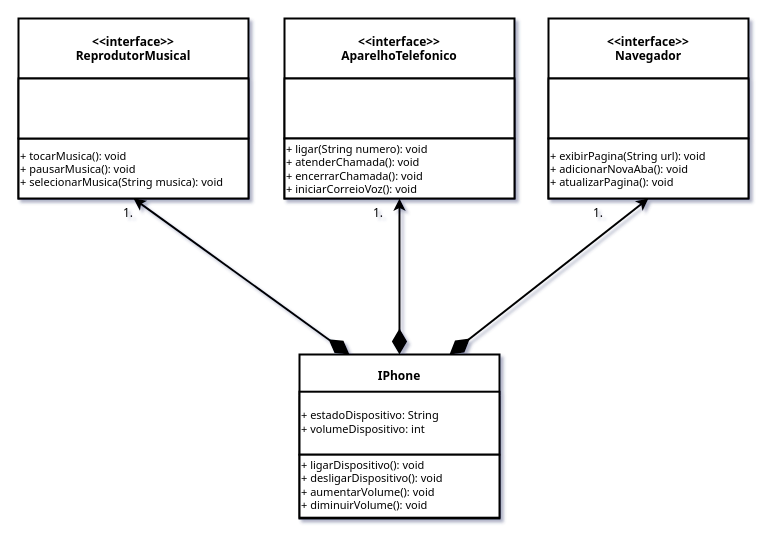
Before: labs/dio-lab-modelando-iphone/desafio-modelando-iphone/docs/DiagramaIphone.drawio in jhonestiago/dio-bootcamp-backend-java, a draw.io diagram. Source tidied: cells renumbered, new cells numbered last; positions are measured from the earlier drawing's top-left corner, leaving out a move shared by most shapes. Both pictures are drawn from the tidied source at 100%, with x=0, y=0 at pixel (18, 18).
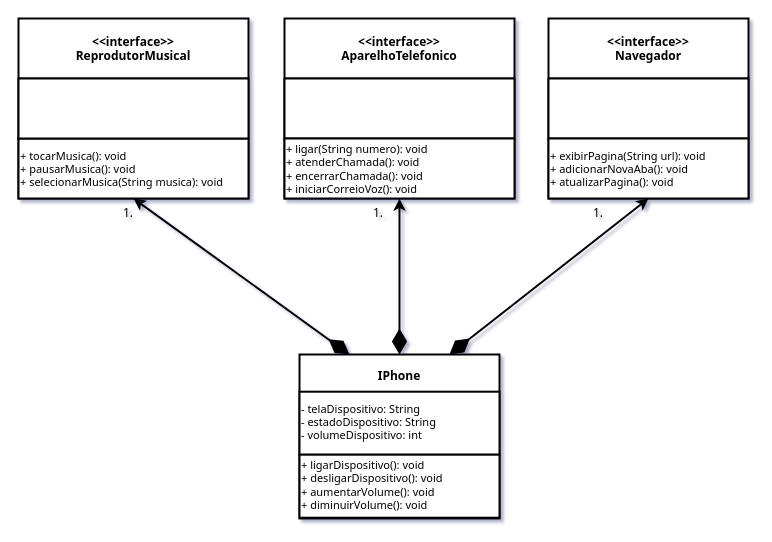
The same page after the edit.

Commit message (it also covers changes not shown here):
classe IPhone

Unchanged cells that the change refers to:
```xml
<mxCell id="17" value="IPhone" style="swimlane;startSize=41;fontStyle=1;fillColor=#FFFFFF;strokeColor=#000000;fontColor=#000000;fontFamily=Tahoma;strokeWidth=2;" parent="1" vertex="1">
  <mxGeometry x="281" y="336" width="200" height="164" as="geometry" />
</mxCell>
```

The edit, as a diff of the source:
```diff
@@
-    <mxCell id="21" value="+ estadoDispositivo: String&lt;br&gt;+ volumeDispositivo: int" style="text;html=1;strokeColor=none;fillColor=none;align=left;verticalAlign=middle;whiteSpace=wrap;rounded=0;labelBackgroundColor=none;strokeWidth=2;fontFamily=Tahoma;fontColor=#000000;fontSize=11;" parent="17" vertex="1">
+    <mxCell id="21" value="- telaDispositivo: String&lt;br&gt;- estadoDispositivo: String&lt;br&gt;- volumeDispositivo: int" style="text;html=1;strokeColor=none;fillColor=none;align=left;verticalAlign=middle;whiteSpace=wrap;rounded=0;labelBackgroundColor=none;strokeWidth=2;fontFamily=Tahoma;fontColor=#000000;fontSize=11;" parent="17" vertex="1">
       <mxGeometry y="37.2" width="200" height="60" as="geometry" />
     </mxCell>
```
